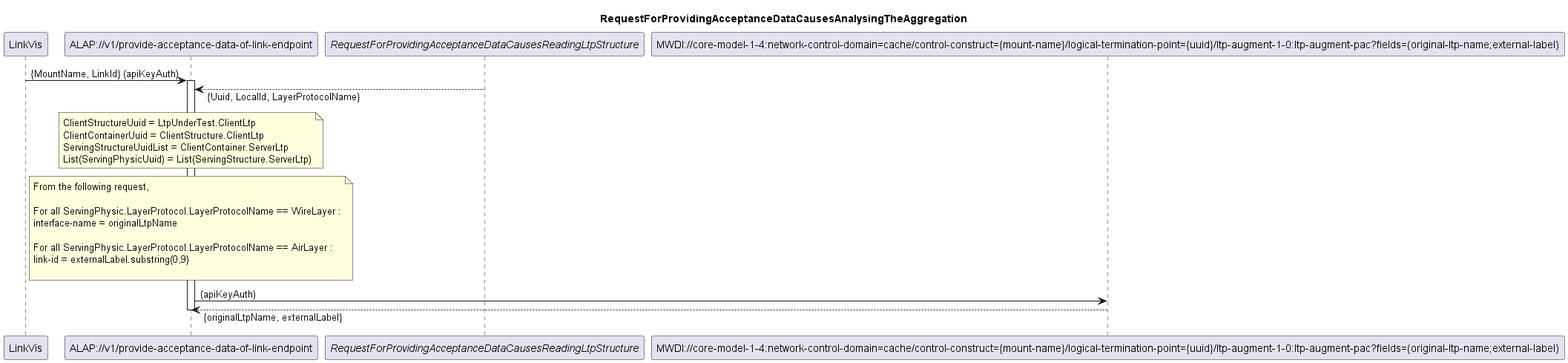
Before: spec/diagrams/ProvideAcceptanceDataOfLinkEndpoint/115_AnalysingAggregation.png, a diagram exported from PlantUML (openBackhaul/AccessPlanningToolProxy). Its diagram source:
```plantuml
@startuml 115_AnalysingAggregation
skinparam responseMessageBelowArrow true

title
RequestForProvidingAcceptanceDataCausesAnalysingTheAggregation
end title

participant "LinkVis" as LinkVis
participant "ALAP://v1/provide-acceptance-data-of-link-endpoint" as ALAP
participant "<i>RequestForProvidingAcceptanceDataCausesReadingLtpStructure</i>" as LTPs
participant "MWDI://core-model-1-4:network-control-domain=cache/control-construct={mount-name}/logical-termination-point={uuid}/ltp-augment-1-0:ltp-augment-pac?fields=(original-ltp-name;external-label)" as LtpDesignation

LinkVis -> ALAP: {MountName, LinkId} (apiKeyAuth)
activate ALAP

LTPs --> ALAP: {Uuid, LocalId, LayerProtocolName}

note over ALAP
ClientStructureUuid = LtpUnderTest.ClientLtp
ClientContainerUuid = ClientStructure.ClientLtp
ServingStructureUuidList = ClientContainer.ServerLtp
List(ServingPhysicUuid) = List(ServingStructure.ServerLtp)
end note

note over ALAP
From the following request,

For all ServingPhysic.LayerProtocol.LayerProtocolName == WireLayer :
interface-name = originalLtpName

For all ServingPhysic.LayerProtocol.LayerProtocolName == AirLayer :
link-id = externalLabel.substring(0,9)

end note


ALAP -> LtpDesignation: (apiKeyAuth)
LtpDesignation --> ALAP: {originalLtpName, externalLabel}

deactivate ALAP

@enduml
```
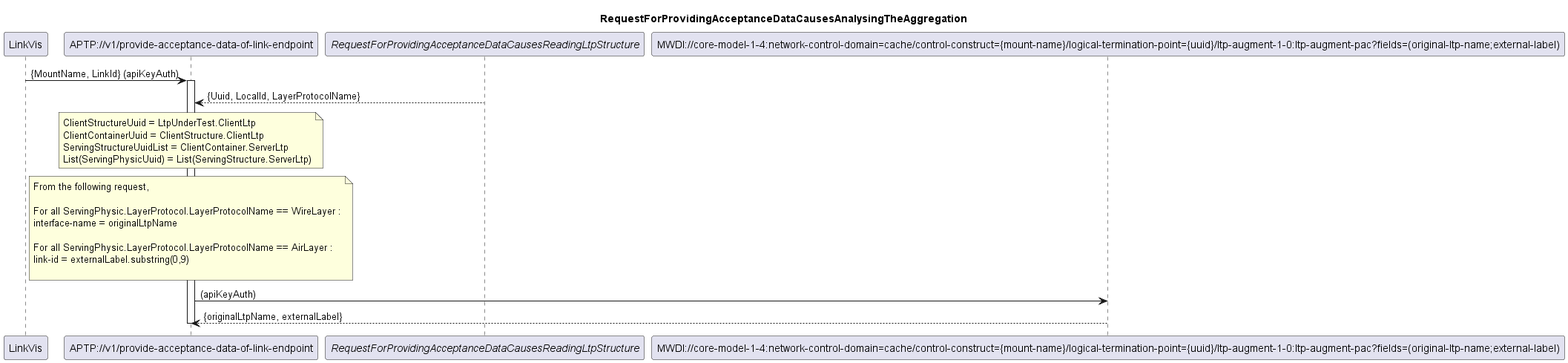
Above is the later version.

The edit, as a diff of the source:
```diff
@@ -6,23 +6,23 @@
 end title
 
 participant "LinkVis" as LinkVis
-participant "ALAP://v1/provide-acceptance-data-of-link-endpoint" as ALAP
+participant "APTP://v1/provide-acceptance-data-of-link-endpoint" as APTP
 participant "<i>RequestForProvidingAcceptanceDataCausesReadingLtpStructure</i>" as LTPs
 participant "MWDI://core-model-1-4:network-control-domain=cache/control-construct={mount-name}/logical-termination-point={uuid}/ltp-augment-1-0:ltp-augment-pac?fields=(original-ltp-name;external-label)" as LtpDesignation
 
-LinkVis -> ALAP: {MountName, LinkId} (apiKeyAuth)
-activate ALAP
+LinkVis -> APTP: {MountName, LinkId} (apiKeyAuth)
+activate APTP
 
-LTPs --> ALAP: {Uuid, LocalId, LayerProtocolName}
+LTPs --> APTP: {Uuid, LocalId, LayerProtocolName}
 
-note over ALAP
+note over APTP
 ClientStructureUuid = LtpUnderTest.ClientLtp
 ClientContainerUuid = ClientStructure.ClientLtp
 ServingStructureUuidList = ClientContainer.ServerLtp
 List(ServingPhysicUuid) = List(ServingStructure.ServerLtp)
 end note
 
-note over ALAP
+note over APTP
 From the following request,
 
 For all ServingPhysic.LayerProtocol.LayerProtocolName == WireLayer :
@@ -34,9 +34,9 @@
 end note
 
 
-ALAP -> LtpDesignation: (apiKeyAuth)
-LtpDesignation --> ALAP: {originalLtpName, externalLabel}
+APTP -> LtpDesignation: (apiKeyAuth)
+LtpDesignation --> APTP: {originalLtpName, externalLabel}
 
-deactivate ALAP
+deactivate APTP
 
 @enduml
```
